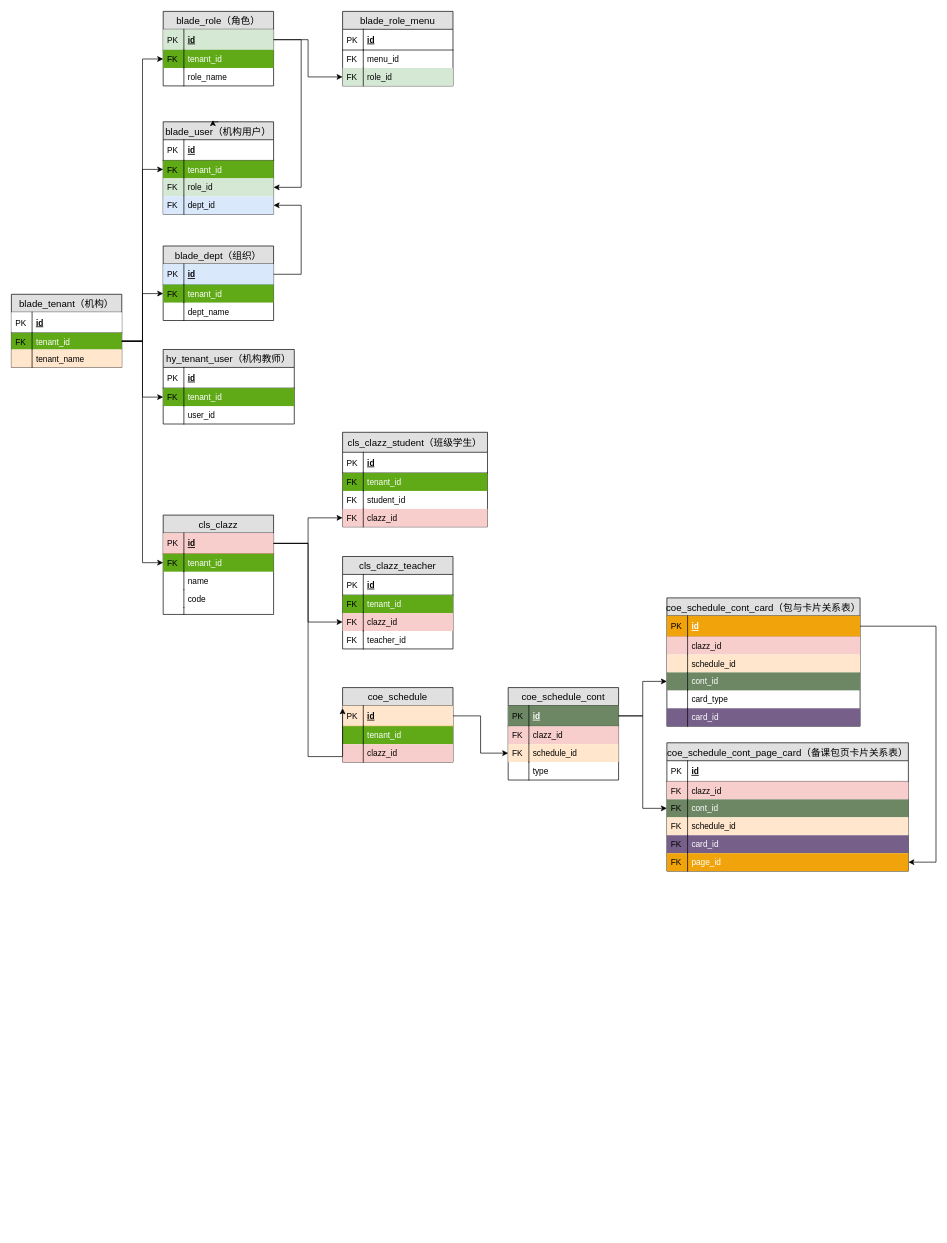
Above: 机构实体关系.drawio in bzl132/work-book (draw.io), before the change. Source tidied: cells renumbered, new cells numbered last; positions are measured from the earlier drawing's top-left corner, leaving out a move shared by most shapes. Both pictures are drawn from the tidied source at 69%, with x=0, y=0 at pixel (11, 11).
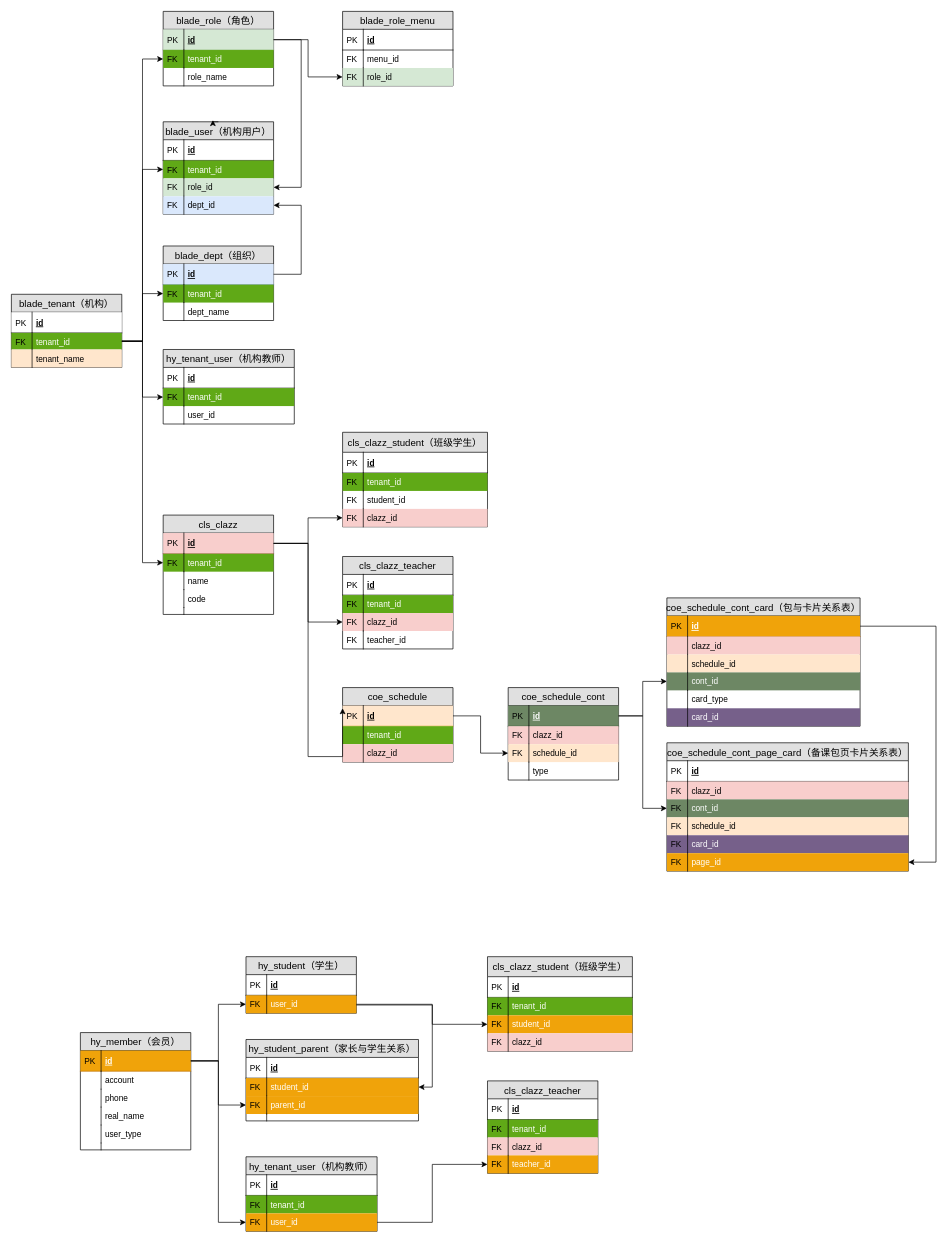
Above is the later version.

Commit message:
更新机构实体关系.drawio

The edit, as a diff of the source:
```diff
@@
+    <mxCell id="133" value="hy_member（会员）" style="swimlane;fontStyle=0;horizontal=1;startSize=26;fillColor=#e0e0e0;swimlaneFillColor=#ffffff;align=center;fontSize=14;" parent="1" vertex="1">
+      <mxGeometry x="100" y="1480" width="160" height="170" as="geometry" />
+    </mxCell>
+    <mxCell id="134" value="id" style="shape=partialRectangle;top=0;left=0;right=0;bottom=1;align=left;verticalAlign=middle;fillColor=#f0a30a;spacingLeft=34;spacingRight=4;overflow=hidden;points=[[0,0.5],[1,0.5]];portConstraint=eastwest;fontStyle=5;fontSize=12;strokeColor=#BD7000;fontColor=#ffffff;" parent="133" vertex="1">
+      <mxGeometry y="26" width="160" height="30" as="geometry" />
+    </mxCell>
+    <mxCell id="135" value="PK" style="shape=partialRectangle;top=0;left=0;bottom=0;fillColor=none;align=left;verticalAlign=middle;spacingLeft=4;spacingRight=4;overflow=hidden;fontSize=12;" parent="134" vertex="1">
+      <mxGeometry width="30" height="30" as="geometry" />
+    </mxCell>
+    <mxCell id="136" value="account" style="shape=partialRectangle;top=0;left=0;right=0;bottom=0;align=left;verticalAlign=top;fillColor=none;spacingLeft=34;spacingRight=4;overflow=hidden;fontSize=12;" parent="133" vertex="1">
+      <mxGeometry y="56" width="160" height="26" as="geometry" />
+    </mxCell>
+    <mxCell id="137" style="shape=partialRectangle;top=0;left=0;bottom=0;fillColor=none;align=left;verticalAlign=top;spacingLeft=4;spacingRight=4;overflow=hidden;fontSize=12;" parent="136" vertex="1">
+      <mxGeometry width="30" height="26" as="geometry" />
+    </mxCell>
+    <mxCell id="138" value="phone" style="shape=partialRectangle;top=0;left=0;right=0;bottom=0;align=left;verticalAlign=top;fillColor=none;spacingLeft=34;spacingRight=4;overflow=hidden;fontSize=12;" parent="133" vertex="1">
+      <mxGeometry y="82" width="160" height="26" as="geometry" />
+    </mxCell>
+    <mxCell id="139" style="shape=partialRectangle;top=0;left=0;bottom=0;fillColor=none;align=left;verticalAlign=top;spacingLeft=4;spacingRight=4;overflow=hidden;fontSize=12;" parent="138" vertex="1">
+      <mxGeometry width="30" height="26" as="geometry" />
+    </mxCell>
+    <mxCell id="140" value="real_name" style="shape=partialRectangle;top=0;left=0;right=0;bottom=0;align=left;verticalAlign=top;fillColor=none;spacingLeft=34;spacingRight=4;overflow=hidden;fontSize=12;" parent="133" vertex="1">
+      <mxGeometry y="108" width="160" height="26" as="geometry" />
+    </mxCell>
+    <mxCell id="141" style="shape=partialRectangle;top=0;left=0;bottom=0;fillColor=none;align=left;verticalAlign=top;spacingLeft=4;spacingRight=4;overflow=hidden;fontSize=12;" parent="140" vertex="1">
+      <mxGeometry width="30" height="26" as="geometry" />
+    </mxCell>
+    <mxCell id="142" value="user_type" style="shape=partialRectangle;top=0;left=0;right=0;bottom=0;align=left;verticalAlign=top;fillColor=none;spacingLeft=34;spacingRight=4;overflow=hidden;fontSize=12;" parent="133" vertex="1">
+      <mxGeometry y="134" width="160" height="26" as="geometry" />
+    </mxCell>
+    <mxCell id="143" style="shape=partialRectangle;top=0;left=0;bottom=0;fillColor=none;align=left;verticalAlign=top;spacingLeft=4;spacingRight=4;overflow=hidden;fontSize=12;" parent="142" vertex="1">
+      <mxGeometry width="30" height="26" as="geometry" />
+    </mxCell>
+    <mxCell id="144" style="shape=partialRectangle;top=0;left=0;right=0;bottom=0;align=left;verticalAlign=top;fillColor=none;spacingLeft=34;spacingRight=4;overflow=hidden;fontSize=12;" parent="133" vertex="1">
+      <mxGeometry y="160" width="160" height="10" as="geometry" />
+    </mxCell>
+    <mxCell id="145" style="shape=partialRectangle;top=0;left=0;bottom=0;fillColor=none;align=left;verticalAlign=top;spacingLeft=4;spacingRight=4;overflow=hidden;fontSize=12;" parent="144" vertex="1">
+      <mxGeometry width="30" height="10" as="geometry" />
+    </mxCell>
+    <mxCell id="146" value="hy_student（学生）" style="swimlane;fontStyle=0;horizontal=1;startSize=26;fillColor=#e0e0e0;swimlaneFillColor=#ffffff;align=center;fontSize=14;" parent="1" vertex="1">
+      <mxGeometry x="340" y="1370" width="160" height="82" as="geometry" />
+    </mxCell>
+    <mxCell id="147" value="id" style="shape=partialRectangle;top=0;left=0;right=0;bottom=1;align=left;verticalAlign=middle;fillColor=none;spacingLeft=34;spacingRight=4;overflow=hidden;fontStyle=5;fontSize=12;" parent="146" vertex="1">
+      <mxGeometry y="26" width="160" height="30" as="geometry" />
+    </mxCell>
+    <mxCell id="148" value="PK" style="shape=partialRectangle;top=0;left=0;bottom=0;fillColor=none;align=left;verticalAlign=middle;spacingLeft=4;spacingRight=4;overflow=hidden;fontSize=12;" parent="147" vertex="1">
+      <mxGeometry width="30" height="30" as="geometry" />
+    </mxCell>
+    <mxCell id="149" value="user_id" style="shape=partialRectangle;top=0;left=0;right=0;bottom=0;align=left;verticalAlign=top;fillColor=#f0a30a;spacingLeft=34;spacingRight=4;overflow=hidden;points=[[0,0.5],[1,0.5]];portConstraint=eastwest;fontSize=12;strokeColor=#BD7000;fontColor=#ffffff;" parent="146" vertex="1">
+      <mxGeometry y="56" width="160" height="26" as="geometry" />
+    </mxCell>
+    <mxCell id="150" value="FK" style="shape=partialRectangle;top=0;left=0;bottom=0;fillColor=none;align=left;verticalAlign=top;spacingLeft=4;spacingRight=4;overflow=hidden;fontSize=12;" parent="149" vertex="1">
+      <mxGeometry width="30" height="26" as="geometry" />
+    </mxCell>
+    <mxCell id="151" value="hy_tenant_user（机构教师）" style="swimlane;fontStyle=0;horizontal=1;startSize=26;fillColor=#e0e0e0;swimlaneFillColor=#ffffff;align=center;fontSize=14;" parent="1" vertex="1">
+      <mxGeometry x="340" y="1660" width="190" height="108" as="geometry" />
+    </mxCell>
+    <mxCell id="152" value="id" style="shape=partialRectangle;top=0;left=0;right=0;bottom=1;align=left;verticalAlign=middle;fillColor=none;spacingLeft=34;spacingRight=4;overflow=hidden;fontStyle=5;fontSize=12;" parent="151" vertex="1">
+      <mxGeometry y="26" width="190" height="30" as="geometry" />
+    </mxCell>
+    <mxCell id="153" value="PK" style="shape=partialRectangle;top=0;left=0;bottom=0;fillColor=none;align=left;verticalAlign=middle;spacingLeft=4;spacingRight=4;overflow=hidden;fontSize=12;" parent="152" vertex="1">
+      <mxGeometry width="30" height="30" as="geometry" />
+    </mxCell>
+    <mxCell id="154" value="tenant_id" style="shape=partialRectangle;top=0;left=0;right=0;bottom=0;align=left;verticalAlign=top;fillColor=#60a917;spacingLeft=34;spacingRight=4;overflow=hidden;fontSize=12;strokeColor=#2D7600;fontColor=#ffffff;" parent="151" vertex="1">
+      <mxGeometry y="56" width="190" height="26" as="geometry" />
+    </mxCell>
+    <mxCell id="155" value="FK" style="shape=partialRectangle;top=0;left=0;bottom=0;fillColor=none;align=left;verticalAlign=top;spacingLeft=4;spacingRight=4;overflow=hidden;fontSize=12;" parent="154" vertex="1">
+      <mxGeometry width="30" height="26" as="geometry" />
+    </mxCell>
+    <mxCell id="156" value="user_id" style="shape=partialRectangle;top=0;left=0;right=0;bottom=0;align=left;verticalAlign=top;fillColor=#f0a30a;spacingLeft=34;spacingRight=4;overflow=hidden;points=[[0,0.5],[1,0.5]];portConstraint=eastwest;fontSize=12;strokeColor=#BD7000;fontColor=#ffffff;" parent="151" vertex="1">
+      <mxGeometry y="82" width="190" height="26" as="geometry" />
+    </mxCell>
+    <mxCell id="157" value="FK" style="shape=partialRectangle;top=0;left=0;bottom=0;fillColor=none;align=left;verticalAlign=top;spacingLeft=4;spacingRight=4;overflow=hidden;fontSize=12;" parent="156" vertex="1">
+      <mxGeometry width="30" height="26" as="geometry" />
+    </mxCell>
+    <mxCell id="158" style="edgeStyle=orthogonalEdgeStyle;rounded=0;jettySize=auto;html=1;entryX=0;entryY=0.5;entryDx=0;entryDy=0;" parent="1" edge="1" source="134" target="149">
+      <mxGeometry relative="1" as="geometry" />
+    </mxCell>
+    <mxCell id="159" style="edgeStyle=orthogonalEdgeStyle;rounded=0;jettySize=auto;html=1;entryX=0;entryY=0.5;entryDx=0;entryDy=0;" parent="1" edge="1" source="134" target="156">
+      <mxGeometry relative="1" as="geometry" />
+    </mxCell>
+    <mxCell id="160" value="hy_student_parent（家长与学生关系）" style="swimlane;fontStyle=0;horizontal=1;startSize=26;fillColor=#e0e0e0;swimlaneFillColor=#ffffff;align=center;fontSize=14;" parent="1" vertex="1">
+      <mxGeometry x="340" y="1490" width="250" height="118" as="geometry" />
+    </mxCell>
+    <mxCell id="161" value="id" style="shape=partialRectangle;top=0;left=0;right=0;bottom=1;align=left;verticalAlign=middle;fillColor=none;spacingLeft=34;spacingRight=4;overflow=hidden;fontStyle=5;fontSize=12;" parent="160" vertex="1">
+      <mxGeometry y="26" width="250" height="30" as="geometry" />
+    </mxCell>
+    <mxCell id="162" value="PK" style="shape=partialRectangle;top=0;left=0;bottom=0;fillColor=none;align=left;verticalAlign=middle;spacingLeft=4;spacingRight=4;overflow=hidden;fontSize=12;" parent="161" vertex="1">
+      <mxGeometry width="30" height="30" as="geometry" />
+    </mxCell>
+    <mxCell id="163" value="student_id" style="shape=partialRectangle;top=0;left=0;right=0;bottom=0;align=left;verticalAlign=top;fillColor=#f0a30a;spacingLeft=34;spacingRight=4;overflow=hidden;points=[[0,0.5],[1,0.5]];portConstraint=eastwest;fontSize=12;strokeColor=#BD7000;fontColor=#ffffff;" parent="160" vertex="1">
+      <mxGeometry y="56" width="250" height="26" as="geometry" />
+    </mxCell>
+    <mxCell id="164" value="FK" style="shape=partialRectangle;top=0;left=0;bottom=0;fillColor=none;align=left;verticalAlign=top;spacingLeft=4;spacingRight=4;overflow=hidden;fontSize=12;" parent="163" vertex="1">
+      <mxGeometry width="30" height="26" as="geometry" />
+    </mxCell>
+    <mxCell id="165" value="parent_id" style="shape=partialRectangle;top=0;left=0;right=0;bottom=0;align=left;verticalAlign=top;fillColor=#f0a30a;spacingLeft=34;spacingRight=4;overflow=hidden;points=[[0,0.5],[1,0.5]];portConstraint=eastwest;fontSize=12;strokeColor=#BD7000;fontColor=#ffffff;" parent="160" vertex="1">
+      <mxGeometry y="82" width="250" height="26" as="geometry" />
+    </mxCell>
+    <mxCell id="166" value="FK" style="shape=partialRectangle;top=0;left=0;bottom=0;fillColor=none;align=left;verticalAlign=top;spacingLeft=4;spacingRight=4;overflow=hidden;fontSize=12;" parent="165" vertex="1">
+      <mxGeometry width="30" height="26" as="geometry" />
+    </mxCell>
+    <mxCell id="167" style="shape=partialRectangle;top=0;left=0;right=0;bottom=0;align=left;verticalAlign=top;fillColor=none;spacingLeft=34;spacingRight=4;overflow=hidden;fontSize=12;" parent="160" vertex="1">
+      <mxGeometry y="108" width="250" height="10" as="geometry" />
+    </mxCell>
+    <mxCell id="168" style="shape=partialRectangle;top=0;left=0;bottom=0;fillColor=none;align=left;verticalAlign=top;spacingLeft=4;spacingRight=4;overflow=hidden;fontSize=12;" parent="167" vertex="1">
+      <mxGeometry width="30" height="10" as="geometry" />
+    </mxCell>
+    <mxCell id="169" style="edgeStyle=orthogonalEdgeStyle;rounded=0;jettySize=auto;html=1;entryX=0;entryY=0.5;entryDx=0;entryDy=0;" parent="1" edge="1" source="134" target="165">
+      <mxGeometry relative="1" as="geometry">
+        <Array as="points">
+          <mxPoint x="300" y="1521" />
+          <mxPoint x="300" y="1585" />
+        </Array>
+      </mxGeometry>
+    </mxCell>
+    <mxCell id="170" style="edgeStyle=orthogonalEdgeStyle;rounded=0;jettySize=auto;html=1;entryX=1;entryY=0.5;entryDx=0;entryDy=0;" parent="1" edge="1" source="149" target="163">
+      <mxGeometry relative="1" as="geometry" />
+    </mxCell>
+    <mxCell id="171" value="cls_clazz_student（班级学生）" style="swimlane;fontStyle=0;horizontal=1;startSize=29;fillColor=#e0e0e0;swimlaneFillColor=#ffffff;align=center;fontSize=14;" parent="1" vertex="1">
+      <mxGeometry x="690" y="1370" width="210" height="137" as="geometry" />
+    </mxCell>
+    <mxCell id="172" value="id" style="shape=partialRectangle;top=0;left=0;right=0;bottom=1;align=left;verticalAlign=middle;fillColor=none;spacingLeft=34;spacingRight=4;overflow=hidden;fontStyle=5;fontSize=12;" parent="171" vertex="1">
+      <mxGeometry y="29" width="210" height="30" as="geometry" />
+    </mxCell>
+    <mxCell id="173" value="PK" style="shape=partialRectangle;top=0;left=0;bottom=0;fillColor=none;align=left;verticalAlign=middle;spacingLeft=4;spacingRight=4;overflow=hidden;fontSize=12;" parent="172" vertex="1">
+      <mxGeometry width="30" height="30" as="geometry" />
+    </mxCell>
+    <mxCell id="174" value="tenant_id" style="shape=partialRectangle;top=0;left=0;right=0;bottom=0;align=left;verticalAlign=top;fillColor=#60a917;spacingLeft=34;spacingRight=4;overflow=hidden;fontSize=12;strokeColor=#2D7600;fontColor=#ffffff;" parent="171" vertex="1">
+      <mxGeometry y="59" width="210" height="26" as="geometry" />
+    </mxCell>
+    <mxCell id="175" value="FK" style="shape=partialRectangle;top=0;left=0;bottom=0;fillColor=none;align=left;verticalAlign=top;spacingLeft=4;spacingRight=4;overflow=hidden;fontSize=12;" parent="174" vertex="1">
+      <mxGeometry width="30" height="26" as="geometry" />
+    </mxCell>
+    <mxCell id="176" value="student_id" style="shape=partialRectangle;top=0;left=0;right=0;bottom=0;align=left;verticalAlign=top;fillColor=#f0a30a;spacingLeft=34;spacingRight=4;overflow=hidden;points=[[0,0.5],[1,0.5]];portConstraint=eastwest;fontSize=12;strokeColor=#BD7000;fontColor=#ffffff;" parent="171" vertex="1">
+      <mxGeometry y="85" width="210" height="26" as="geometry" />
+    </mxCell>
+    <mxCell id="177" value="FK" style="shape=partialRectangle;top=0;left=0;bottom=0;fillColor=none;align=left;verticalAlign=top;spacingLeft=4;spacingRight=4;overflow=hidden;fontSize=12;" parent="176" vertex="1">
+      <mxGeometry width="30" height="26" as="geometry" />
+    </mxCell>
+    <mxCell id="178" value="clazz_id" style="shape=partialRectangle;top=0;left=0;right=0;bottom=0;align=left;verticalAlign=top;fillColor=#f8cecc;spacingLeft=34;spacingRight=4;overflow=hidden;fontSize=12;strokeColor=#b85450;" parent="171" vertex="1">
+      <mxGeometry y="111" width="210" height="26" as="geometry" />
+    </mxCell>
+    <mxCell id="179" value="FK" style="shape=partialRectangle;top=0;left=0;bottom=0;fillColor=none;align=left;verticalAlign=top;spacingLeft=4;spacingRight=4;overflow=hidden;fontSize=12;" parent="178" vertex="1">
+      <mxGeometry width="30" height="26" as="geometry" />
+    </mxCell>
+    <mxCell id="180" value="cls_clazz_teacher" style="swimlane;fontStyle=0;horizontal=1;startSize=26;fillColor=#e0e0e0;swimlaneFillColor=#ffffff;align=center;fontSize=14;" parent="1" vertex="1">
+      <mxGeometry x="690" y="1550" width="160" height="134" as="geometry" />
+    </mxCell>
+    <mxCell id="181" value="id" style="shape=partialRectangle;top=0;left=0;right=0;bottom=1;align=left;verticalAlign=middle;fillColor=none;spacingLeft=34;spacingRight=4;overflow=hidden;fontStyle=5;fontSize=12;" parent="180" vertex="1">
+      <mxGeometry y="26" width="160" height="30" as="geometry" />
+    </mxCell>
+    <mxCell id="182" value="PK" style="shape=partialRectangle;top=0;left=0;bottom=0;fillColor=none;align=left;verticalAlign=middle;spacingLeft=4;spacingRight=4;overflow=hidden;fontSize=12;" parent="181" vertex="1">
+      <mxGeometry width="30" height="30" as="geometry" />
+    </mxCell>
+    <mxCell id="183" value="tenant_id" style="shape=partialRectangle;top=0;left=0;right=0;bottom=0;align=left;verticalAlign=top;fillColor=#60a917;spacingLeft=34;spacingRight=4;overflow=hidden;fontSize=12;strokeColor=#2D7600;fontColor=#ffffff;" parent="180" vertex="1">
+      <mxGeometry y="56" width="160" height="26" as="geometry" />
+    </mxCell>
+    <mxCell id="184" value="FK" style="shape=partialRectangle;top=0;left=0;bottom=0;fillColor=none;align=left;verticalAlign=top;spacingLeft=4;spacingRight=4;overflow=hidden;fontSize=12;" parent="183" vertex="1">
+      <mxGeometry width="30" height="26" as="geometry" />
+    </mxCell>
+    <mxCell id="185" value="clazz_id" style="shape=partialRectangle;top=0;left=0;right=0;bottom=0;align=left;verticalAlign=top;fillColor=#f8cecc;spacingLeft=34;spacingRight=4;overflow=hidden;fontSize=12;strokeColor=#b85450;" parent="180" vertex="1">
+      <mxGeometry y="82" width="160" height="26" as="geometry" />
+    </mxCell>
+    <mxCell id="186" value="FK" style="shape=partialRectangle;top=0;left=0;bottom=0;fillColor=none;align=left;verticalAlign=top;spacingLeft=4;spacingRight=4;overflow=hidden;fontSize=12;" parent="185" vertex="1">
+      <mxGeometry width="30" height="26" as="geometry" />
+    </mxCell>
+    <mxCell id="187" value="teacher_id" style="shape=partialRectangle;top=0;left=0;right=0;bottom=0;align=left;verticalAlign=top;fillColor=#f0a30a;spacingLeft=34;spacingRight=4;overflow=hidden;points=[[0,0.5],[1,0.5]];portConstraint=eastwest;fontSize=12;strokeColor=#BD7000;fontColor=#ffffff;" parent="180" vertex="1">
+      <mxGeometry y="108" width="160" height="26" as="geometry" />
+    </mxCell>
+    <mxCell id="188" value="FK" style="shape=partialRectangle;top=0;left=0;bottom=0;fillColor=none;align=left;verticalAlign=top;spacingLeft=4;spacingRight=4;overflow=hidden;fontSize=12;" parent="187" vertex="1">
+      <mxGeometry width="30" height="26" as="geometry" />
+    </mxCell>
+    <mxCell id="189" style="edgeStyle=orthogonalEdgeStyle;rounded=0;jettySize=auto;html=1;entryX=0;entryY=0.5;entryDx=0;entryDy=0;" parent="1" edge="1" source="156" target="187">
+      <mxGeometry relative="1" as="geometry" />
+    </mxCell>
+    <mxCell id="190" style="edgeStyle=orthogonalEdgeStyle;rounded=0;jettySize=auto;html=1;entryX=0;entryY=0.5;entryDx=0;entryDy=0;" parent="1" edge="1" source="149" target="176">
+      <mxGeometry relative="1" as="geometry">
+        <Array as="points">
+          <mxPoint x="610" y="1440" />
+          <mxPoint x="610" y="1468" />
+        </Array>
+      </mxGeometry>
+    </mxCell>
```
